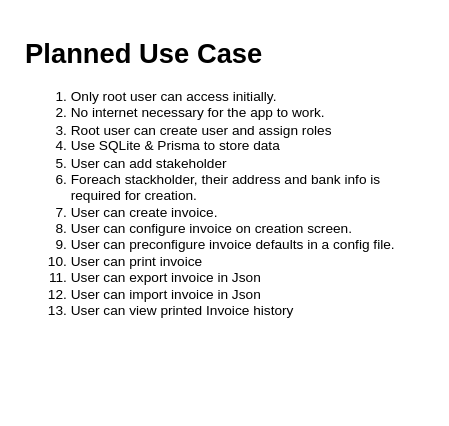
data-miner00/invoice keeps this draw.io diagram as page "Initial Use Case" (2 of 2) of docs/invoice.drawio. Above is the earlier version. Source tidied: cells renumbered, new cells numbered last; positions are measured from the earlier drawing's top-left corner, leaving out a move shared by most shapes. Both pictures are drawn from the tidied source at 114%, with x=0, y=0 at pixel (19, 31).
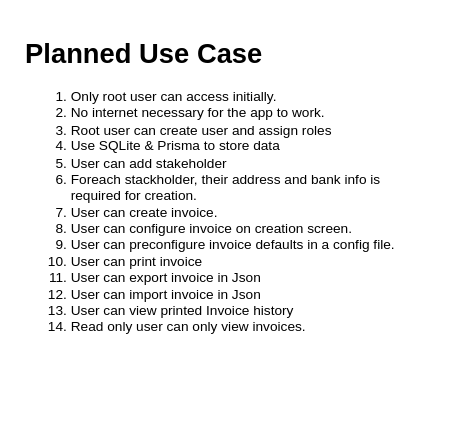
Above is the later version.

The edit, as a diff of the source:
```diff
@@
 <mxGraphModel>
   <root>
     <mxCell id="0" />
     <mxCell id="1" parent="0" />
-    <mxCell id="2" value="&lt;h1&gt;Planned Use Case&lt;/h1&gt;&lt;p&gt;&lt;/p&gt;&lt;ol&gt;&lt;li&gt;Only root user can access initially.&lt;/li&gt;&lt;li&gt;No internet necessary for the app to work.&lt;/li&gt;&lt;li&gt;Root user can create user and assign roles&lt;/li&gt;&lt;li&gt;Use SQLite &amp;amp; Prisma to store data&lt;/li&gt;&lt;li&gt;User can add stakeholder&lt;/li&gt;&lt;li&gt;Foreach stackholder, their address and bank info is required for creation.&lt;/li&gt;&lt;li&gt;User can create invoice.&lt;/li&gt;&lt;li&gt;User can configure invoice on creation screen.&lt;/li&gt;&lt;li&gt;User can preconfigure invoice defaults in a config file.&lt;/li&gt;&lt;li&gt;User can print invoice&lt;/li&gt;&lt;li&gt;User can export invoice in Json&lt;/li&gt;&lt;li&gt;User can import invoice in Json&lt;/li&gt;&lt;li&gt;User can view printed Invoice history&lt;/li&gt;&lt;/ol&gt;&lt;p&gt;&lt;/p&gt;" style="text;html=1;strokeColor=none;fillColor=none;spacing=5;spacingTop=-20;whiteSpace=wrap;overflow=hidden;rounded=0;" parent="1" vertex="1">
+    <mxCell id="2" value="&lt;h1&gt;Planned Use Case&lt;/h1&gt;&lt;p&gt;&lt;/p&gt;&lt;ol&gt;&lt;li&gt;Only root user can access initially.&lt;/li&gt;&lt;li&gt;No internet necessary for the app to work.&lt;/li&gt;&lt;li&gt;Root user can create user and assign roles&lt;/li&gt;&lt;li&gt;Use SQLite &amp;amp; Prisma to store data&lt;/li&gt;&lt;li&gt;User can add stakeholder&lt;/li&gt;&lt;li&gt;Foreach stackholder, their address and bank info is required for creation.&lt;/li&gt;&lt;li&gt;User can create invoice.&lt;/li&gt;&lt;li&gt;User can configure invoice on creation screen.&lt;/li&gt;&lt;li&gt;User can preconfigure invoice defaults in a config file.&lt;/li&gt;&lt;li&gt;User can print invoice&lt;/li&gt;&lt;li&gt;User can export invoice in Json&lt;/li&gt;&lt;li&gt;User can import invoice in Json&lt;/li&gt;&lt;li&gt;User can view printed Invoice history&lt;/li&gt;&lt;li&gt;Read only user can only view invoices.&lt;/li&gt;&lt;/ol&gt;&lt;p&gt;&lt;/p&gt;" style="text;html=1;strokeColor=none;fillColor=none;spacing=5;spacingTop=-20;whiteSpace=wrap;overflow=hidden;rounded=0;" parent="1" vertex="1">
       <mxGeometry width="360" height="330" as="geometry" />
     </mxCell>
   </root>
 </mxGraphModel>
```
